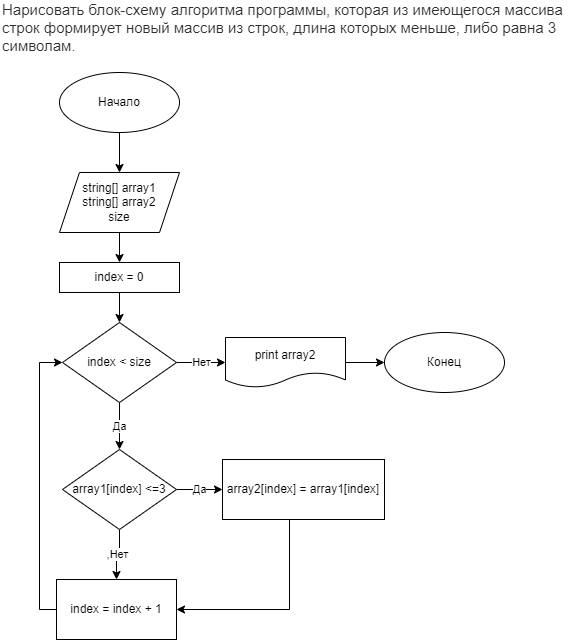
Above: 2Flowchart/Bl_Diag.png in PavlovaAlena/FinalWork (draw.io), before the change. Source tidied: cells renumbered, new cells last; positions are measured from the earlier drawing's top-left corner, leaving out a move shared by most shapes.
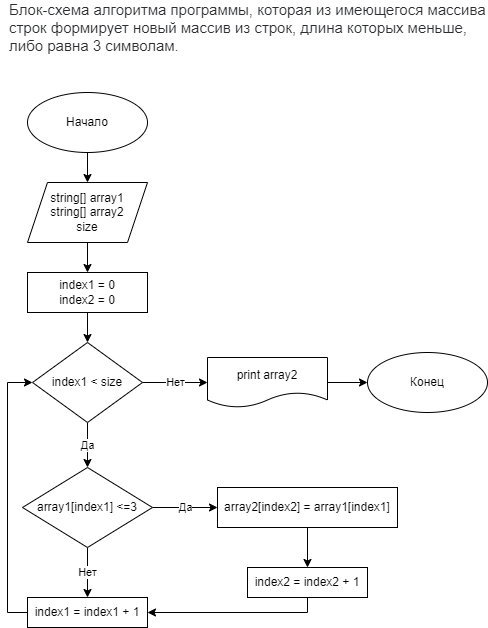
Later version of the same file.

Commit message:
Обновлена блок-схема решения задачи

Change to the diagram source:
```diff
@@ -1,75 +1,81 @@
 <mxGraphModel>
   <root>
-    <mxCell id="0" />
-    <mxCell id="1" parent="0" />
+    <mxCell id="22" />
+    <mxCell id="23" parent="22" />
+    <mxCell id="24" value="&lt;span style=&quot;color: rgb(44, 45, 48); font-family: Roboto, &amp;quot;San Francisco&amp;quot;, &amp;quot;Helvetica Neue&amp;quot;, Helvetica, Arial; font-size: 15px; background-color: rgb(255, 255, 255);&quot;&gt;Блок-схема алгоритма&amp;nbsp;&lt;/span&gt;&lt;span style=&quot;color: rgb(44, 45, 48); font-family: Roboto, &amp;quot;San Francisco&amp;quot;, &amp;quot;Helvetica Neue&amp;quot;, Helvetica, Arial; font-size: 15px; background-color: rgb(255, 255, 255);&quot;&gt;программы, которая из имеющегося массива строк формирует новый массив из строк, длина которых меньше, либо равна 3 символам.&lt;/span&gt;" style="text;html=1;strokeColor=none;fillColor=none;align=left;verticalAlign=middle;whiteSpace=wrap;rounded=0;" parent="23" vertex="1">
+      <mxGeometry x="-1" y="-20" width="480" height="30" as="geometry" />
+    </mxCell>
-    <mxCell id="2" style="edgeStyle=orthogonalEdgeStyle;rounded=0;jettySize=auto;html=1;entryX=0.5;entryY=0;entryDx=0;entryDy=0;" parent="1" edge="1" source="3" target="5">
+    <mxCell id="2" style="edgeStyle=orthogonalEdgeStyle;rounded=0;jettySize=auto;html=1;" parent="23" edge="1" source="3" target="5">
       <mxGeometry relative="1" as="geometry" />
     </mxCell>
-    <mxCell id="3" value="Начало" style="ellipse;whiteSpace=wrap;html=1;" parent="1" vertex="1">
-      <mxGeometry x="59" y="60" width="120" height="60" as="geometry" />
+    <mxCell id="3" value="Начало" style="ellipse;whiteSpace=wrap;html=1;" parent="23" vertex="1">
+      <mxGeometry x="19" y="60" width="120" height="60" as="geometry" />
     </mxCell>
-    <mxCell id="4" style="edgeStyle=orthogonalEdgeStyle;rounded=0;jettySize=auto;html=1;" parent="1" edge="1" source="5" target="7">
-      <mxGeometry relative="1" as="geometry" />
-    </mxCell>
+    <mxCell id="25" style="edgeStyle=orthogonalEdgeStyle;rounded=0;jettySize=auto;html=1;" parent="23" edge="1" source="5" target="27">
+      <mxGeometry relative="1" as="geometry" />
+    </mxCell>
-    <mxCell id="5" value="string[] array1&lt;br&gt;string[] array2&lt;br&gt;size" style="shape=parallelogram;perimeter=parallelogramPerimeter;whiteSpace=wrap;html=1;fixedSize=1;" parent="1" vertex="1">
-      <mxGeometry x="59" y="160" width="120" height="60" as="geometry" />
+    <mxCell id="5" value="string[] array1&lt;br&gt;string[] array2&lt;br&gt;size" style="shape=parallelogram;perimeter=parallelogramPerimeter;whiteSpace=wrap;html=1;fixedSize=1;" parent="23" vertex="1">
+      <mxGeometry x="19" y="150" width="120" height="60" as="geometry" />
     </mxCell>
-    <mxCell id="6" style="edgeStyle=orthogonalEdgeStyle;rounded=0;jettySize=auto;html=1;" parent="1" edge="1" source="7" target="10">
-      <mxGeometry relative="1" as="geometry" />
-    </mxCell>
-    <mxCell id="7" value="index&amp;nbsp;= 0" style="whiteSpace=wrap;html=1;" parent="1" vertex="1">
-      <mxGeometry x="59" y="250" width="120" height="30" as="geometry" />
-    </mxCell>
-    <mxCell id="8" value="Нет" style="edgeStyle=orthogonalEdgeStyle;rounded=0;jettySize=auto;html=1;" parent="1" edge="1" source="10" target="12">
-      <mxGeometry relative="1" as="geometry" />
-    </mxCell>
-    <mxCell id="9" value="Да" style="edgeStyle=orthogonalEdgeStyle;rounded=0;jettySize=auto;html=1;" parent="1" edge="1" source="10" target="16">
-      <mxGeometry relative="1" as="geometry" />
-    </mxCell>
-    <mxCell id="10" value="index&amp;nbsp;&amp;lt; size" style="rhombus;whiteSpace=wrap;html=1;" parent="1" vertex="1">
-      <mxGeometry x="62" y="310" width="114" height="80" as="geometry" />
-    </mxCell>
+    <mxCell id="26" style="edgeStyle=orthogonalEdgeStyle;rounded=0;jettySize=auto;html=1;" parent="23" edge="1" source="27" target="30">
+      <mxGeometry relative="1" as="geometry" />
+    </mxCell>
+    <mxCell id="27" value="index1 = 0&lt;br&gt;index2 = 0" style="whiteSpace=wrap;html=1;" parent="23" vertex="1">
+      <mxGeometry x="19" y="240" width="120" height="40" as="geometry" />
+    </mxCell>
+    <mxCell id="28" value="Нет" style="edgeStyle=orthogonalEdgeStyle;rounded=0;jettySize=auto;html=1;" parent="23" edge="1" source="30" target="12">
+      <mxGeometry relative="1" as="geometry" />
+    </mxCell>
+    <mxCell id="29" value="Да" style="edgeStyle=orthogonalEdgeStyle;rounded=0;jettySize=auto;html=1;" parent="23" edge="1" source="30" target="33">
+      <mxGeometry relative="1" as="geometry" />
+    </mxCell>
+    <mxCell id="30" value="&lt;span style=&quot;&quot;&gt;index1 &amp;lt; size&lt;/span&gt;" style="rhombus;whiteSpace=wrap;html=1;" parent="23" vertex="1">
+      <mxGeometry x="24" y="310" width="110" height="80" as="geometry" />
+    </mxCell>
-    <mxCell id="11" style="edgeStyle=orthogonalEdgeStyle;rounded=0;jettySize=auto;html=1;" parent="1" edge="1" source="12" target="13">
+    <mxCell id="11" style="edgeStyle=orthogonalEdgeStyle;rounded=0;jettySize=auto;html=1;" parent="23" edge="1" source="12" target="13">
       <mxGeometry relative="1" as="geometry" />
     </mxCell>
-    <mxCell id="12" value="print array2" style="shape=document;whiteSpace=wrap;html=1;boundedLbl=1;" parent="1" vertex="1">
-      <mxGeometry x="225" y="325" width="120" height="50" as="geometry" />
+    <mxCell id="12" value="print array2" style="shape=document;whiteSpace=wrap;html=1;boundedLbl=1;" parent="23" vertex="1">
+      <mxGeometry x="199" y="325" width="120" height="50" as="geometry" />
     </mxCell>
-    <mxCell id="13" value="Конец" style="ellipse;whiteSpace=wrap;html=1;" parent="1" vertex="1">
-      <mxGeometry x="384" y="320" width="120" height="60" as="geometry" />
+    <mxCell id="13" value="Конец" style="ellipse;whiteSpace=wrap;html=1;" parent="23" vertex="1">
+      <mxGeometry x="359" y="320" width="120" height="60" as="geometry" />
     </mxCell>
-    <mxCell id="14" value="Да" style="edgeStyle=orthogonalEdgeStyle;rounded=0;jettySize=auto;html=1;" parent="1" edge="1" source="16" target="18">
-      <mxGeometry relative="1" as="geometry" />
-    </mxCell>
-    <mxCell id="15" value=",Нет" style="edgeStyle=orthogonalEdgeStyle;rounded=0;jettySize=auto;html=1;" parent="1" edge="1" source="16" target="20">
-      <mxGeometry relative="1" as="geometry" />
-    </mxCell>
-    <mxCell id="16" value="array1[index] &amp;lt;=3" style="rhombus;whiteSpace=wrap;html=1;" parent="1" vertex="1">
-      <mxGeometry x="62" y="437" width="114" height="80" as="geometry" />
-    </mxCell>
-    <mxCell id="17" style="edgeStyle=orthogonalEdgeStyle;rounded=0;jettySize=auto;html=1;" parent="1" edge="1" source="18" target="20">
-      <mxGeometry relative="1" as="geometry">
-        <Array as="points">
-          <mxPoint x="289" y="597" />
-        </Array>
-      </mxGeometry>
-    </mxCell>
-    <mxCell id="18" value="array2[index] = array1[index]" style="whiteSpace=wrap;html=1;" parent="1" vertex="1">
-      <mxGeometry x="222" y="447" width="162" height="60" as="geometry" />
-    </mxCell>
-    <mxCell id="19" style="edgeStyle=orthogonalEdgeStyle;rounded=0;jettySize=auto;html=1;entryX=0;entryY=0.5;entryDx=0;entryDy=0;" parent="1" edge="1" source="20" target="10">
-      <mxGeometry relative="1" as="geometry">
-        <Array as="points">
-          <mxPoint x="39" y="597" />
-          <mxPoint x="39" y="350" />
-        </Array>
-      </mxGeometry>
-    </mxCell>
-    <mxCell id="20" value="index = index + 1" style="whiteSpace=wrap;html=1;" parent="1" vertex="1">
-      <mxGeometry x="56" y="567" width="120" height="60" as="geometry" />
-    </mxCell>
-    <mxCell id="21" value="&lt;span style=&quot;color: rgb(44, 45, 48); font-family: Roboto, &amp;quot;San Francisco&amp;quot;, &amp;quot;Helvetica Neue&amp;quot;, Helvetica, Arial; font-size: 15px; background-color: rgb(255, 255, 255);&quot;&gt;Нарисовать блок-схему алгоритма&lt;/span&gt;&lt;span style=&quot;color: rgb(44, 45, 48); font-family: Roboto, &amp;quot;San Francisco&amp;quot;, &amp;quot;Helvetica Neue&amp;quot;, Helvetica, Arial; font-size: 15px; background-color: rgb(255, 255, 255);&quot;&gt;&amp;nbsp;программы, которая из имеющегося массива строк формирует новый массив из строк, длина которых меньше, либо равна 3 символам.&lt;/span&gt;" style="text;html=1;strokeColor=none;fillColor=none;align=left;verticalAlign=middle;whiteSpace=wrap;rounded=0;" parent="1" vertex="1">
-      <mxGeometry width="570" height="30" as="geometry" />
-    </mxCell>
+    <mxCell id="31" value="Да" style="edgeStyle=orthogonalEdgeStyle;rounded=0;jettySize=auto;html=1;" parent="23" edge="1" source="33" target="35">
+      <mxGeometry relative="1" as="geometry" />
+    </mxCell>
+    <mxCell id="32" value="Нет" style="edgeStyle=orthogonalEdgeStyle;rounded=0;jettySize=auto;html=1;" parent="23" edge="1" source="33" target="39">
+      <mxGeometry relative="1" as="geometry" />
+    </mxCell>
+    <mxCell id="33" value="array1[index1] &amp;lt;=3" style="rhombus;whiteSpace=wrap;html=1;" parent="23" vertex="1">
+      <mxGeometry x="14" y="435" width="130" height="80" as="geometry" />
+    </mxCell>
+    <mxCell id="34" style="edgeStyle=orthogonalEdgeStyle;rounded=0;jettySize=auto;html=1;" parent="23" edge="1" source="35" target="37">
+      <mxGeometry relative="1" as="geometry" />
+    </mxCell>
+    <mxCell id="35" value="&lt;span style=&quot;&quot;&gt;array2[index2] =&amp;nbsp;&lt;/span&gt;array1[index1]" style="whiteSpace=wrap;html=1;" parent="23" vertex="1">
+      <mxGeometry x="209" y="455" width="180" height="40" as="geometry" />
+    </mxCell>
+    <mxCell id="36" style="edgeStyle=orthogonalEdgeStyle;rounded=0;jettySize=auto;html=1;" parent="23" edge="1" source="37" target="39">
+      <mxGeometry relative="1" as="geometry">
+        <Array as="points">
+          <mxPoint x="299" y="580" />
+        </Array>
+      </mxGeometry>
+    </mxCell>
+    <mxCell id="37" value="&lt;span style=&quot;&quot;&gt;index2 =&amp;nbsp;&lt;/span&gt;index2&amp;nbsp;+ 1" style="whiteSpace=wrap;html=1;" parent="23" vertex="1">
+      <mxGeometry x="239" y="535" width="120" height="30" as="geometry" />
+    </mxCell>
+    <mxCell id="38" style="edgeStyle=orthogonalEdgeStyle;rounded=0;jettySize=auto;html=1;" parent="23" edge="1" source="39" target="30">
+      <mxGeometry relative="1" as="geometry">
+        <Array as="points">
+          <mxPoint x="-1" y="580" />
+          <mxPoint x="-1" y="350" />
+        </Array>
+      </mxGeometry>
+    </mxCell>
+    <mxCell id="39" value="&lt;span style=&quot;&quot;&gt;index1 =&amp;nbsp;&lt;/span&gt;index1 + 1" style="whiteSpace=wrap;html=1;" parent="23" vertex="1">
+      <mxGeometry x="19" y="565" width="120" height="30" as="geometry" />
+    </mxCell>
   </root>
 </mxGraphModel>
```
